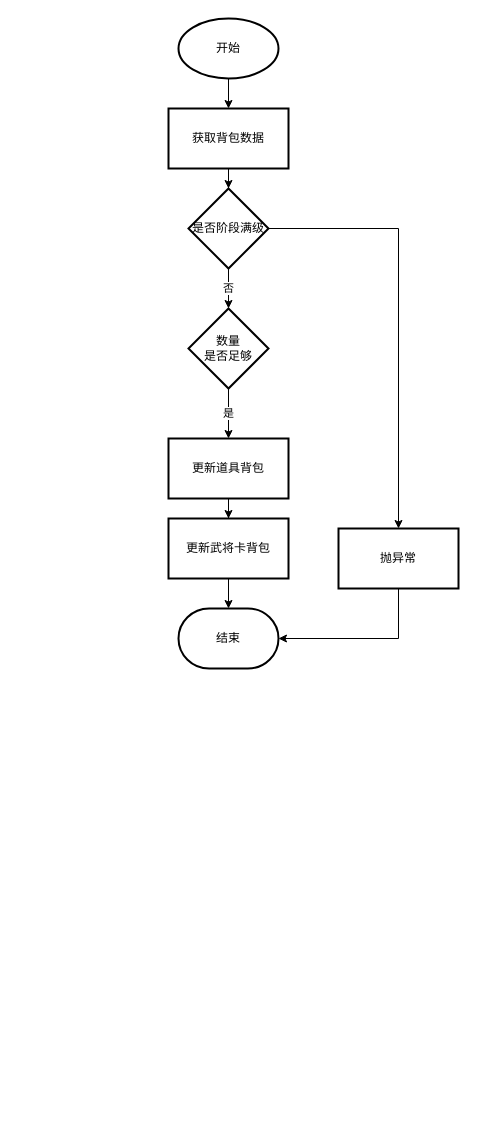
Above: page "第 1 页" (1 of 2) of flowchart/业务流程.drawio in honghangzhi/diagrams (draw.io), before the change. Source tidied: cells renumbered, new cells numbered last; positions are measured from the earlier drawing's top-left corner, leaving out a move shared by most shapes. Both pictures are drawn from the tidied source at 100%, with x=0, y=0 at pixel (168, 18).
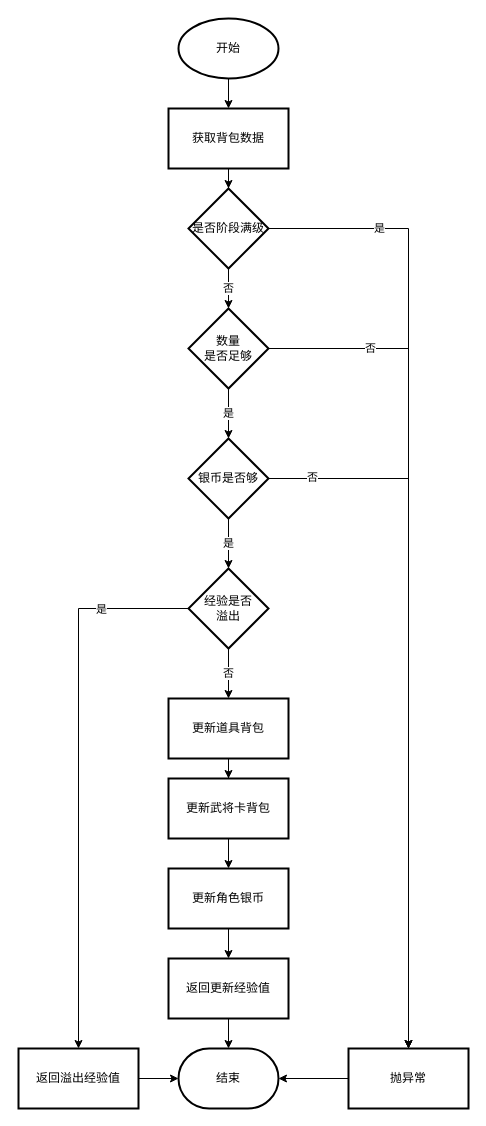
After the change.

Unchanged cells that the change refers to:
```xml
<mxCell id="7" style="edgeStyle=orthogonalEdgeStyle;rounded=0;jettySize=auto;html=1;" parent="1" edge="1" source="8" target="16">
  <mxGeometry relative="1" as="geometry" />
</mxCell>
<mxCell id="10" value="数量&lt;br&gt;是否足够" style="rhombus;whiteSpace=wrap;html=1;strokeWidth=2;" parent="1" vertex="1">
  <mxGeometry x="20" y="290" width="80" height="80" as="geometry" />
</mxCell>
```

Diff of the diagram source:
```diff
@@
+    <mxCell id="18" value="是" style="edgeLabel;html=1;align=center;verticalAlign=middle;" parent="7" vertex="1">
+      <mxGeometry x="-0.77" y="1" relative="1" as="geometry" />
+    </mxCell>
@@
-    <mxCell id="9" value="是" style="edgeStyle=orthogonalEdgeStyle;rounded=0;jettySize=auto;html=1;" parent="1" edge="1" source="10" target="12">
-      <mxGeometry relative="1" as="geometry" />
-    </mxCell>
+    <mxCell id="19" style="edgeStyle=orthogonalEdgeStyle;rounded=0;jettySize=auto;html=1;" parent="1" edge="1" source="10" target="16">
+      <mxGeometry relative="1" as="geometry" />
+    </mxCell>
+    <mxCell id="20" value="否" style="edgeLabel;html=1;align=center;verticalAlign=middle;" parent="19" vertex="1">
+      <mxGeometry x="-0.76" y="1" relative="1" as="geometry" />
+    </mxCell>
+    <mxCell id="21" value="是" style="edgeStyle=orthogonalEdgeStyle;rounded=0;jettySize=auto;html=1;" parent="1" edge="1" source="10" target="34">
+      <mxGeometry relative="1" as="geometry" />
+    </mxCell>
@@
     <mxCell id="12" value="更新道具背包" style="whiteSpace=wrap;html=1;strokeWidth=2;" parent="1" vertex="1">
-      <mxGeometry y="420" width="120" height="60" as="geometry" />
+      <mxGeometry y="680" width="120" height="60" as="geometry" />
     </mxCell>
-    <mxCell id="13" style="edgeStyle=orthogonalEdgeStyle;rounded=0;jettySize=auto;html=1;" parent="1" edge="1" source="14" target="17">
-      <mxGeometry relative="1" as="geometry" />
-    </mxCell>
+    <mxCell id="22" style="edgeStyle=orthogonalEdgeStyle;rounded=0;jettySize=auto;html=1;" parent="1" edge="1" source="14" target="36">
+      <mxGeometry relative="1" as="geometry" />
+    </mxCell>
     <mxCell id="14" value="更新武将卡背包" style="whiteSpace=wrap;html=1;strokeWidth=2;" parent="1" vertex="1">
-      <mxGeometry y="500" width="120" height="60" as="geometry" />
+      <mxGeometry y="760" width="120" height="60" as="geometry" />
     </mxCell>
-    <mxCell id="15" style="edgeStyle=orthogonalEdgeStyle;rounded=0;jettySize=auto;html=1;entryX=1;entryY=0.5;entryDx=0;entryDy=0;entryPerimeter=0;" parent="1" edge="1" source="16" target="17">
-      <mxGeometry relative="1" as="geometry">
-        <Array as="points">
-          <mxPoint x="230" y="620" />
-        </Array>
-      </mxGeometry>
+    <mxCell id="15" style="edgeStyle=orthogonalEdgeStyle;rounded=0;jettySize=auto;html=1;" parent="1" edge="1" source="16" target="17">
+      <mxGeometry relative="1" as="geometry" />
     </mxCell>
     <mxCell id="16" value="抛异常" style="whiteSpace=wrap;html=1;strokeWidth=2;" parent="1" vertex="1">
-      <mxGeometry x="170" y="510" width="120" height="60" as="geometry" />
+      <mxGeometry x="180" y="1030" width="120" height="60" as="geometry" />
     </mxCell>
     <mxCell id="17" value="结束" style="strokeWidth=2;html=1;shape=mxgraph.flowchart.terminator;whiteSpace=wrap;" parent="1" vertex="1">
-      <mxGeometry x="10" y="590" width="100" height="60" as="geometry" />
+      <mxGeometry x="10" y="1030" width="100" height="60" as="geometry" />
     </mxCell>
+    <mxCell id="23" value="否" style="edgeStyle=orthogonalEdgeStyle;rounded=0;jettySize=auto;html=1;" parent="1" edge="1" source="26" target="12">
+      <mxGeometry relative="1" as="geometry" />
+    </mxCell>
+    <mxCell id="24" style="edgeStyle=orthogonalEdgeStyle;rounded=0;jettySize=auto;html=1;" parent="1" edge="1" source="26" target="30">
+      <mxGeometry relative="1" as="geometry" />
+    </mxCell>
+    <mxCell id="25" value="是" style="edgeLabel;html=1;align=center;verticalAlign=middle;" parent="24" vertex="1">
+      <mxGeometry x="-0.68" relative="1" as="geometry" />
+    </mxCell>
+    <mxCell id="26" value="经验是否&lt;br&gt;溢出" style="rhombus;whiteSpace=wrap;html=1;strokeWidth=2;" parent="1" vertex="1">
+      <mxGeometry x="20" y="550" width="80" height="80" as="geometry" />
+    </mxCell>
+    <mxCell id="27" style="edgeStyle=orthogonalEdgeStyle;rounded=0;jettySize=auto;html=1;" parent="1" edge="1" source="28" target="17">
+      <mxGeometry relative="1" as="geometry" />
+    </mxCell>
+    <mxCell id="28" value="返回更新经验值" style="whiteSpace=wrap;html=1;strokeWidth=2;" parent="1" vertex="1">
+      <mxGeometry y="940" width="120" height="60" as="geometry" />
+    </mxCell>
+    <mxCell id="29" style="edgeStyle=orthogonalEdgeStyle;rounded=0;jettySize=auto;html=1;" parent="1" edge="1" source="30" target="17">
+      <mxGeometry relative="1" as="geometry" />
+    </mxCell>
+    <mxCell id="30" value="返回溢出经验值" style="whiteSpace=wrap;html=1;strokeWidth=2;" parent="1" vertex="1">
+      <mxGeometry x="-150" y="1030" width="120" height="60" as="geometry" />
+    </mxCell>
+    <mxCell id="31" value="是" style="edgeStyle=orthogonalEdgeStyle;rounded=0;jettySize=auto;html=1;" parent="1" edge="1" source="34" target="26">
+      <mxGeometry relative="1" as="geometry" />
+    </mxCell>
+    <mxCell id="32" style="edgeStyle=orthogonalEdgeStyle;rounded=0;jettySize=auto;html=1;" parent="1" edge="1" source="34" target="16">
+      <mxGeometry relative="1" as="geometry">
+        <Array as="points">
+          <mxPoint x="240" y="460" />
+        </Array>
+      </mxGeometry>
+    </mxCell>
+    <mxCell id="33" value="否" style="edgeLabel;html=1;align=center;verticalAlign=middle;" parent="32" vertex="1">
+      <mxGeometry x="-0.88" y="2" relative="1" as="geometry" />
+    </mxCell>
+    <mxCell id="34" value="银币是否够" style="rhombus;whiteSpace=wrap;html=1;strokeWidth=2;" parent="1" vertex="1">
+      <mxGeometry x="20" y="420" width="80" height="80" as="geometry" />
+    </mxCell>
+    <mxCell id="35" style="edgeStyle=orthogonalEdgeStyle;rounded=0;jettySize=auto;html=1;" parent="1" edge="1" source="36" target="28">
+      <mxGeometry relative="1" as="geometry" />
+    </mxCell>
+    <mxCell id="36" value="更新角色银币" style="whiteSpace=wrap;html=1;strokeWidth=2;" parent="1" vertex="1">
+      <mxGeometry y="850" width="120" height="60" as="geometry" />
+    </mxCell>
```
